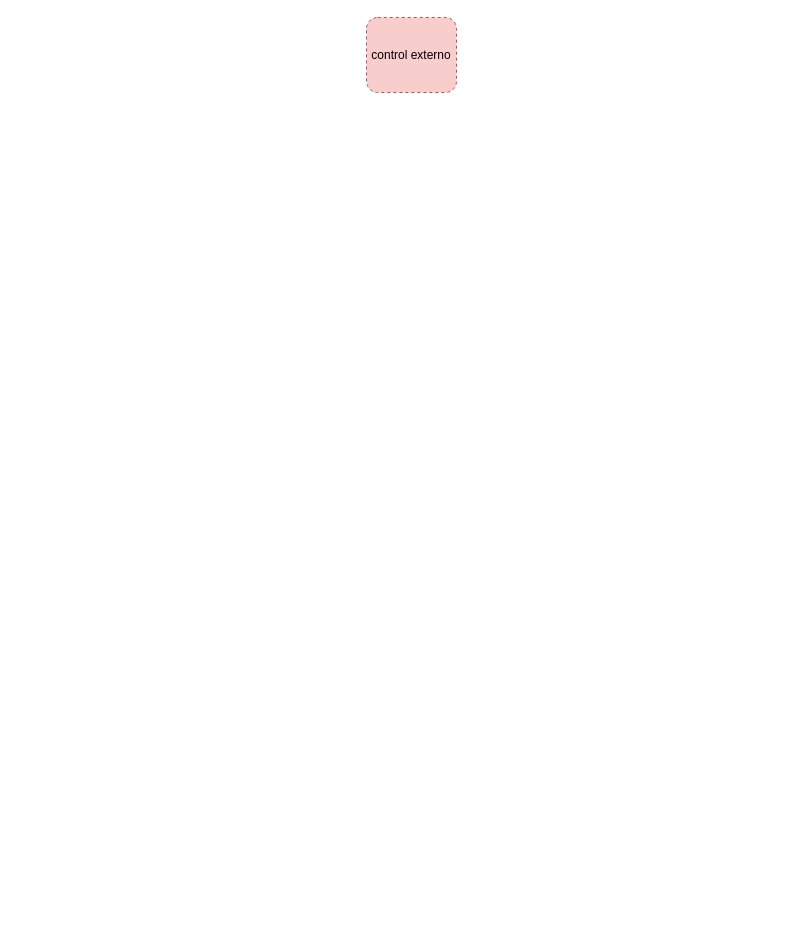
Earlier version of the draw.io diagram page "plcLogic__Consigna continua" (6 of 8) of FLOWCHART.drawio (DptoProyectos/Tablero-Control-Reguladora). Source tidied: cells renumbered, new cells numbered last; positions are measured from the earlier drawing's top-left corner, leaving out a move shared by most shapes. Both pictures are drawn from the tidied source at 100%, with x=0, y=0 at pixel (366, 17).
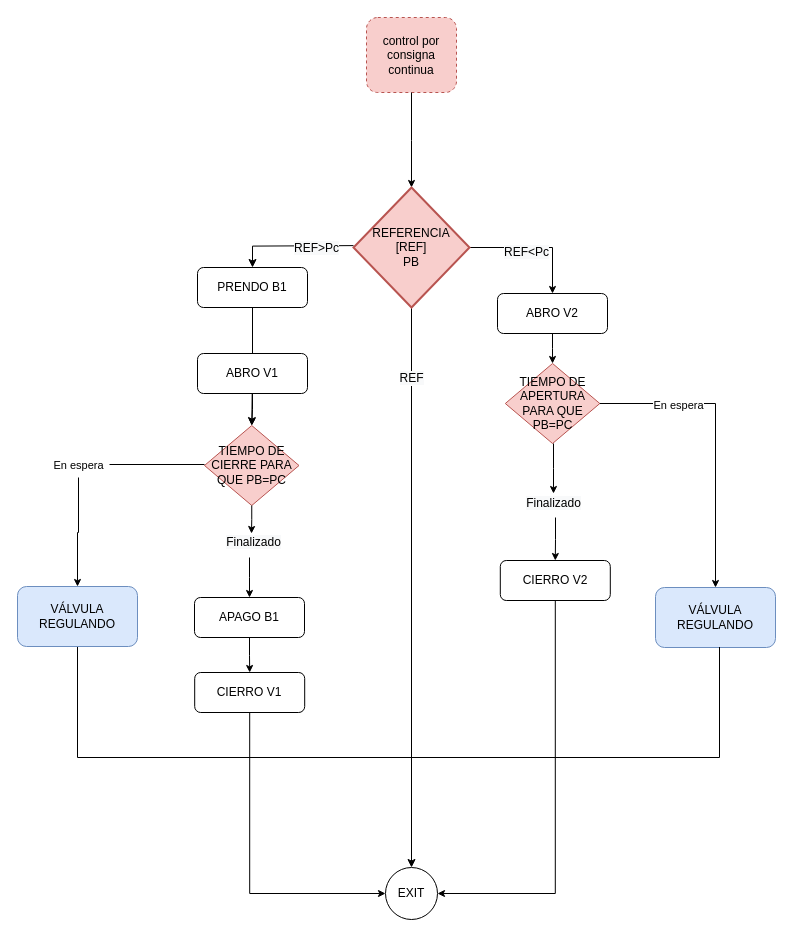
The same page after the edit.

Change to the diagram source:
```diff
@@
-    <mxCell id="2" value="control externo" style="rounded=1;whiteSpace=wrap;html=1;fillColor=#f8cecc;strokeColor=#b85450;dashed=1;" parent="1" vertex="1">
+    <mxCell id="2" value="control por consigna continua" style="rounded=1;whiteSpace=wrap;html=1;fillColor=#f8cecc;strokeColor=#b85450;dashed=1;" parent="1" vertex="1">
       <mxGeometry width="90" height="75" as="geometry" />
     </mxCell>
+    <mxCell id="3" style="edgeStyle=elbowEdgeStyle;elbow=vertical;endArrow=classic;html=1;rounded=0;endSize=5;strokeColor=#000000;strokeWidth=1;exitX=0.5;exitY=1;exitDx=0;exitDy=0;entryX=0.5;entryY=0;entryDx=0;entryDy=0;entryPerimeter=0;" parent="1" edge="1" source="2" target="13">
+      <mxGeometry relative="1" as="geometry" />
+    </mxCell>
+    <mxCell id="4" style="edgeStyle=orthogonalEdgeStyle;rounded=0;jettySize=auto;html=1;" parent="1" edge="1" source="5" target="14">
+      <mxGeometry relative="1" as="geometry" />
+    </mxCell>
+    <mxCell id="5" value="PRENDO B1" style="rounded=1;whiteSpace=wrap;html=1;strokeWidth=1;" parent="1" vertex="1">
+      <mxGeometry x="-169" y="250" width="110" height="40" as="geometry" />
+    </mxCell>
+    <mxCell id="6" value="ABRO V1" style="rounded=1;whiteSpace=wrap;html=1;strokeWidth=1;" parent="1" vertex="1">
+      <mxGeometry x="-169" y="336" width="110" height="40" as="geometry" />
+    </mxCell>
+    <mxCell id="7" value="VÁLVULA REGULANDO" style="rounded=1;whiteSpace=wrap;html=1;strokeWidth=1;fillColor=#dae8fc;strokeColor=#6c8ebf;" parent="1" vertex="1">
+      <mxGeometry x="-349" y="569" width="120" height="60" as="geometry" />
+    </mxCell>
+    <mxCell id="8" style="edgeStyle=orthogonalEdgeStyle;rounded=0;jettySize=auto;html=1;entryX=0.5;entryY=0;entryDx=0;entryDy=0;" parent="1" edge="1" target="5">
+      <mxGeometry relative="1" as="geometry">
+        <mxPoint x="-13" y="228.1" as="sourcePoint" />
+      </mxGeometry>
+    </mxCell>
+    <mxCell id="9" value="&lt;span style=&quot;font-size: 12px; background-color: rgb(248, 249, 250);&quot;&gt;REF&amp;gt;Pc&lt;/span&gt;" style="edgeLabel;html=1;align=center;verticalAlign=middle;" parent="8" vertex="1">
+      <mxGeometry x="0.2" y="1" relative="1" as="geometry">
+        <mxPoint x="35" y="1" as="offset" />
+      </mxGeometry>
+    </mxCell>
+    <mxCell id="10" style="edgeStyle=elbowEdgeStyle;rounded=0;jettySize=auto;elbow=vertical;html=1;exitX=1;exitY=0.5;exitDx=0;exitDy=0;exitPerimeter=0;entryX=0.5;entryY=0;entryDx=0;entryDy=0;endSize=5;strokeColor=#000000;strokeWidth=1;" parent="1" edge="1" source="13" target="18">
+      <mxGeometry relative="1" as="geometry">
+        <Array as="points">
+          <mxPoint x="153" y="230" />
+        </Array>
+      </mxGeometry>
+    </mxCell>
+    <mxCell id="11" style="edgeStyle=orthogonalEdgeStyle;rounded=0;jettySize=auto;html=1;" parent="1" edge="1" source="13" target="39">
+      <mxGeometry relative="1" as="geometry" />
+    </mxCell>
+    <mxCell id="12" value="&lt;span style=&quot;font-size: 12px; background-color: rgb(248, 249, 250);&quot;&gt;REF&lt;/span&gt;" style="edgeLabel;html=1;align=center;verticalAlign=middle;" parent="11" vertex="1">
+      <mxGeometry x="-0.75" y="-1" relative="1" as="geometry" />
+    </mxCell>
+    <mxCell id="13" value="REFERENCIA&lt;br&gt;[REF]&lt;br&gt;PB" style="strokeWidth=2;html=1;shape=mxgraph.flowchart.decision;whiteSpace=wrap;fillColor=#f8cecc;strokeColor=#b85450;" parent="1" vertex="1">
+      <mxGeometry x="-13" y="170" width="116" height="120" as="geometry" />
+    </mxCell>
+    <mxCell id="14" value="TIEMPO DE CIERRE PARA QUE PB=PC" style="rhombus;whiteSpace=wrap;html=1;strokeWidth=1;fillColor=#f8cecc;strokeColor=#b85450;" parent="1" vertex="1">
+      <mxGeometry x="-162" y="408" width="94.5" height="80" as="geometry" />
+    </mxCell>
+    <mxCell id="15" style="edgeStyle=elbowEdgeStyle;rounded=0;jettySize=auto;elbow=vertical;html=1;endSize=5;strokeColor=#000000;strokeWidth=1;" parent="1" edge="1" source="6" target="14">
+      <mxGeometry relative="1" as="geometry" />
+    </mxCell>
+    <mxCell id="16" value="VÁLVULA REGULANDO" style="rounded=1;whiteSpace=wrap;html=1;strokeWidth=1;fillColor=#dae8fc;strokeColor=#6c8ebf;" parent="1" vertex="1">
+      <mxGeometry x="289" y="570" width="120" height="60" as="geometry" />
+    </mxCell>
+    <mxCell id="17" value="TIEMPO DE APERTURA PARA QUE PB=PC" style="rhombus;whiteSpace=wrap;html=1;strokeWidth=1;fillColor=#f8cecc;strokeColor=#b85450;" parent="1" vertex="1">
+      <mxGeometry x="138.8" y="346" width="94.5" height="80" as="geometry" />
+    </mxCell>
+    <mxCell id="18" value="ABRO V2" style="rounded=1;whiteSpace=wrap;html=1;strokeWidth=1;" parent="1" vertex="1">
+      <mxGeometry x="131" y="276" width="110" height="40" as="geometry" />
+    </mxCell>
+    <mxCell id="19" style="edgeStyle=elbowEdgeStyle;rounded=0;jettySize=auto;elbow=vertical;html=1;endSize=5;strokeColor=#000000;strokeWidth=1;" parent="1" edge="1" source="18" target="17">
+      <mxGeometry relative="1" as="geometry" />
+    </mxCell>
+    <mxCell id="20" value="&lt;span style=&quot;font-size: 12px; background-color: rgb(248, 249, 250);&quot;&gt;REF&amp;lt;Pc&lt;/span&gt;" style="edgeLabel;html=1;align=center;verticalAlign=middle;" parent="1" vertex="1">
+      <mxGeometry x="157" y="230" as="geometry">
+        <mxPoint x="2" y="4" as="offset" />
+      </mxGeometry>
+    </mxCell>
+    <mxCell id="21" style="edgeStyle=elbowEdgeStyle;elbow=vertical;endArrow=classic;html=1;rounded=0;endSize=5;strokeColor=#000000;strokeWidth=1;exitX=1;exitY=0.5;exitDx=0;exitDy=0;entryX=0.5;entryY=0;entryDx=0;entryDy=0;" parent="1" edge="1" source="17" target="16">
+      <mxGeometry relative="1" as="geometry">
+        <Array as="points">
+          <mxPoint x="297" y="386" />
+        </Array>
+      </mxGeometry>
+    </mxCell>
+    <mxCell id="22" value="En espera" style="edgeLabel;html=1;align=center;verticalAlign=middle;" parent="21" vertex="1">
+      <mxGeometry x="-0.48" y="-1" relative="1" as="geometry" />
+    </mxCell>
+    <mxCell id="23" style="edgeStyle=elbowEdgeStyle;elbow=vertical;endArrow=classic;html=1;rounded=0;endSize=5;strokeColor=#000000;strokeWidth=1;exitX=0.5;exitY=1;exitDx=0;exitDy=0;" parent="1" edge="1" source="14">
+      <mxGeometry relative="1" as="geometry">
+        <mxPoint x="-115" y="516" as="targetPoint" />
+      </mxGeometry>
+    </mxCell>
+    <mxCell id="24" value="&lt;span style=&quot;font-size: 12px; background-color: rgb(248, 249, 250);&quot;&gt;Finalizado&lt;/span&gt;" style="edgeLabel;html=1;align=center;verticalAlign=middle;" parent="1" vertex="1">
+      <mxGeometry x="-123" y="526" as="geometry">
+        <mxPoint x="9" y="-2" as="offset" />
+      </mxGeometry>
+    </mxCell>
+    <mxCell id="25" value="CIERRO V1" style="rounded=1;whiteSpace=wrap;html=1;strokeWidth=1;" parent="1" vertex="1">
+      <mxGeometry x="-171.8" y="655" width="110" height="40" as="geometry" />
+    </mxCell>
+    <mxCell id="26" value="APAGO B1" style="rounded=1;whiteSpace=wrap;html=1;strokeWidth=1;" parent="1" vertex="1">
+      <mxGeometry x="-172" y="580" width="110" height="40" as="geometry" />
+    </mxCell>
+    <mxCell id="27" style="edgeStyle=elbowEdgeStyle;elbow=vertical;endArrow=classic;html=1;rounded=0;endSize=5;strokeColor=#000000;strokeWidth=1;" parent="1" edge="1">
+      <mxGeometry relative="1" as="geometry">
+        <mxPoint x="187" y="426" as="sourcePoint" />
+        <mxPoint x="187" y="476" as="targetPoint" />
+      </mxGeometry>
+    </mxCell>
+    <mxCell id="28" value="&lt;span style=&quot;font-size: 12px; background-color: rgb(248, 249, 250);&quot;&gt;Finalizado&lt;/span&gt;" style="edgeLabel;html=1;align=center;verticalAlign=middle;" parent="1" vertex="1">
+      <mxGeometry x="177" y="487" as="geometry">
+        <mxPoint x="9" y="-2" as="offset" />
+      </mxGeometry>
+    </mxCell>
+    <mxCell id="29" value="CIERRO V2" style="rounded=1;whiteSpace=wrap;html=1;strokeWidth=1;" parent="1" vertex="1">
+      <mxGeometry x="133.8" y="543" width="110" height="40" as="geometry" />
+    </mxCell>
+    <mxCell id="30" style="shape=partialRectangle;whiteSpace=wrap;html=1;bottom=1;right=1;left=1;top=0;fillColor=none;routingCenterX=-0.5;strokeWidth=1;" parent="1" vertex="1">
+      <mxGeometry x="-289" y="630" width="642" height="110" as="geometry" />
+    </mxCell>
+    <mxCell id="31" style="edgeStyle=elbowEdgeStyle;elbow=vertical;endArrow=classic;html=1;rounded=0;endSize=5;strokeColor=#000000;strokeWidth=1;entryX=0.5;entryY=0;entryDx=0;entryDy=0;" parent="1" edge="1" target="26">
+      <mxGeometry relative="1" as="geometry">
+        <mxPoint x="-117" y="540" as="sourcePoint" />
+      </mxGeometry>
+    </mxCell>
+    <mxCell id="32" style="edgeStyle=elbowEdgeStyle;elbow=vertical;endArrow=classic;html=1;rounded=0;endSize=5;strokeColor=#000000;strokeWidth=1;exitX=0.5;exitY=1;exitDx=0;exitDy=0;entryX=0.5;entryY=0;entryDx=0;entryDy=0;" parent="1" edge="1" source="26" target="25">
+      <mxGeometry relative="1" as="geometry" />
+    </mxCell>
+    <mxCell id="33" style="edgeStyle=elbowEdgeStyle;elbow=vertical;endArrow=classic;html=1;rounded=0;endSize=5;strokeColor=#000000;strokeWidth=1;exitX=0.5;exitY=1;exitDx=0;exitDy=0;entryX=0;entryY=0.5;entryDx=0;entryDy=0;" parent="1" edge="1" source="25" target="39">
+      <mxGeometry relative="1" as="geometry">
+        <Array as="points">
+          <mxPoint x="-37" y="876" />
+          <mxPoint x="-37" y="880" />
+          <mxPoint x="-67" y="870" />
+        </Array>
+      </mxGeometry>
+    </mxCell>
+    <mxCell id="34" style="edgeStyle=elbowEdgeStyle;elbow=vertical;endArrow=classic;html=1;rounded=0;endSize=5;strokeColor=#000000;strokeWidth=1;entryX=0.5;entryY=0;entryDx=0;entryDy=0;" parent="1" edge="1" target="29">
+      <mxGeometry relative="1" as="geometry">
+        <mxPoint x="189" y="500" as="sourcePoint" />
+      </mxGeometry>
+    </mxCell>
+    <mxCell id="35" style="edgeStyle=elbowEdgeStyle;elbow=vertical;endArrow=classic;html=1;rounded=0;endSize=5;strokeColor=#000000;strokeWidth=1;exitX=0.5;exitY=1;exitDx=0;exitDy=0;entryX=1;entryY=0.5;entryDx=0;entryDy=0;" parent="1" edge="1" source="29" target="39">
+      <mxGeometry relative="1" as="geometry">
+        <Array as="points">
+          <mxPoint x="133" y="876" />
+          <mxPoint x="153" y="870" />
+        </Array>
+      </mxGeometry>
+    </mxCell>
+    <mxCell id="36" value="En espera" style="edgeLabel;html=1;align=center;verticalAlign=middle;" parent="1" vertex="1">
+      <mxGeometry x="-289" y="447" as="geometry" />
+    </mxCell>
+    <mxCell id="37" style="line;strokeWidth=1;html=1;" parent="1" vertex="1">
+      <mxGeometry x="-257" y="442" width="95" height="10" as="geometry" />
+    </mxCell>
+    <mxCell id="38" style="edgeStyle=elbowEdgeStyle;elbow=vertical;endArrow=classic;html=1;rounded=0;endSize=5;strokeColor=#000000;strokeWidth=1;entryX=0.5;entryY=0;entryDx=0;entryDy=0;" parent="1" edge="1" target="7">
+      <mxGeometry relative="1" as="geometry">
+        <mxPoint x="-288" y="460" as="sourcePoint" />
+      </mxGeometry>
+    </mxCell>
+    <mxCell id="39" value="EXIT" style="ellipse;whiteSpace=wrap;html=1;gradientColor=none;" parent="1" vertex="1">
+      <mxGeometry x="19" y="850" width="52" height="52" as="geometry" />
+    </mxCell>
```
